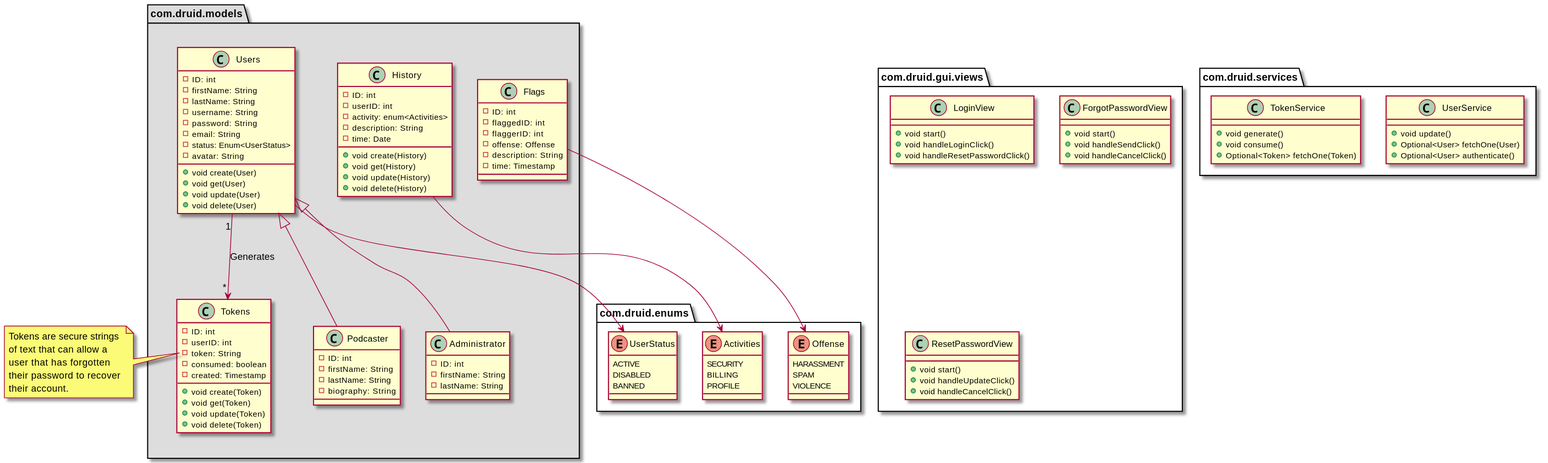
The PlantUML diagram doc/uml/class-diagram.svg in Druid-ESPRIT/magnum-docs, before a commit.
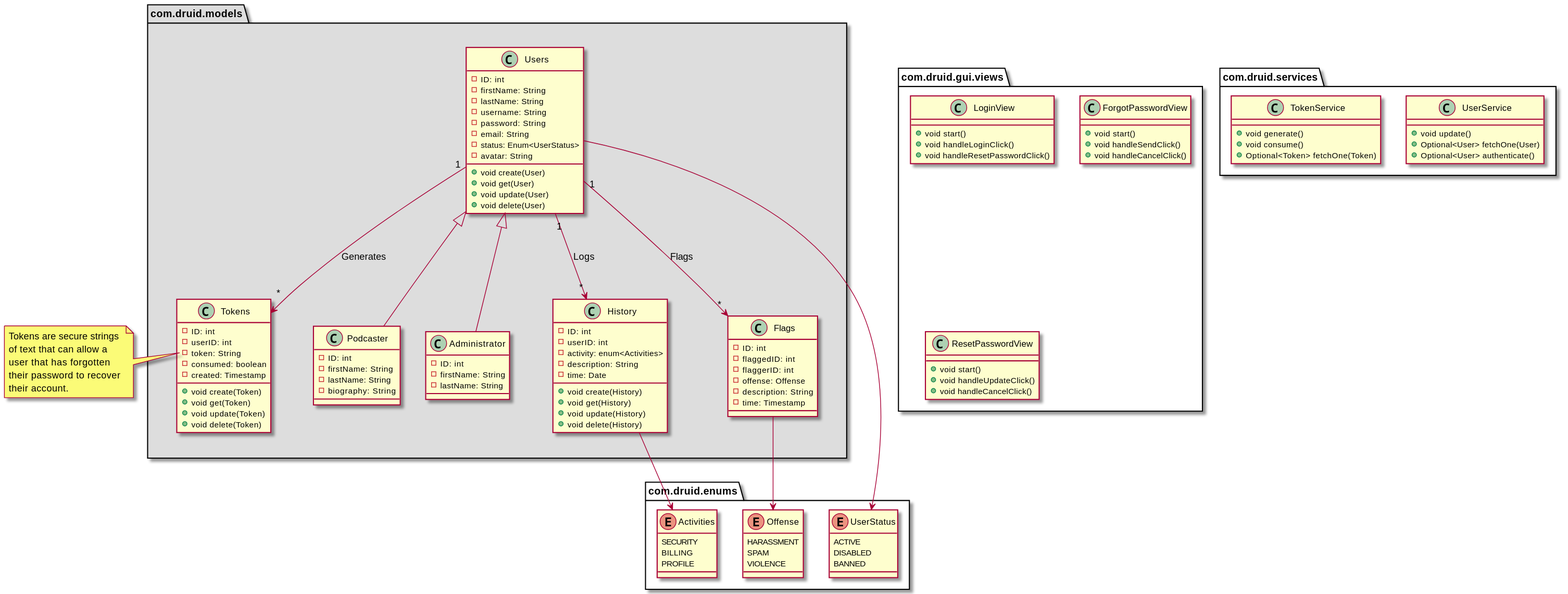
After the commit.

What changed in the source:
```diff
@@ -57,7 +57,14 @@
 
 Users <|-- Podcaster
 Users <|-- Administrator
+
 Users "1" --> "*" Tokens: Generates
+Users "1" --> "*" History: Logs
+Users "1" --> "*" Flags: Flags
+
+Users --> UserStatus
+History --> Activities
+Flags --> Offense
 
    class Users {
       - ID: int
@@ -128,8 +135,4 @@
    their password to recover
    their account.
 end note
-
-Users --> UserStatus
-History --> Activities
-Flags --> Offense
 @enduml
```
